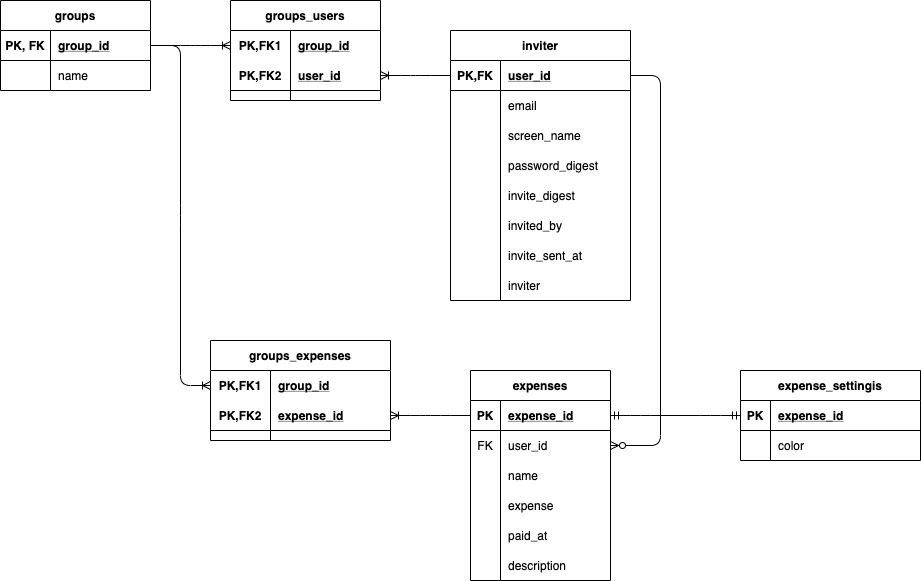
dOwOd/Expenses_Log_App keeps this draw.io diagram as design/ERdiagram.png. Above is the earlier version. Source tidied: cells renumbered, new cells last; positions are measured from the earlier drawing's top-left corner, leaving out a move shared by most shapes.
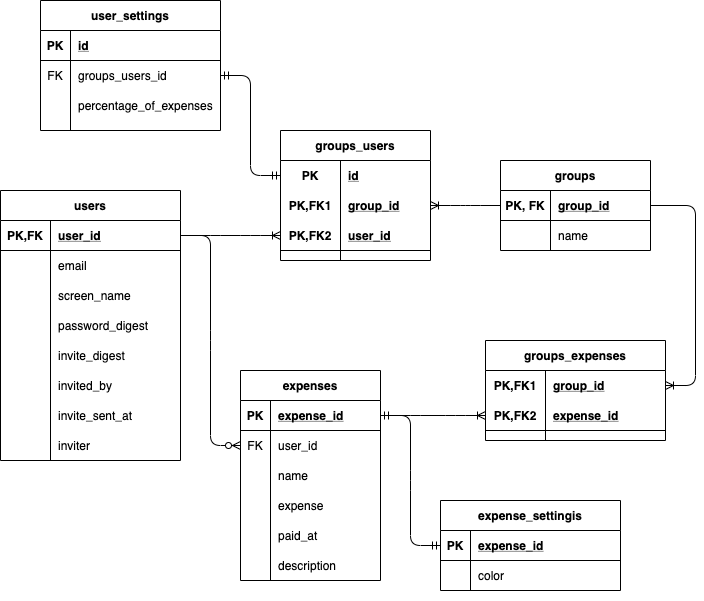
After the change.

Change to the diagram source:
```diff
@@ -6,7 +6,7 @@
       <mxGeometry relative="1" as="geometry" />
     </mxCell>
     <mxCell id="3" style="group;" parent="1" vertex="1">
-      <mxGeometry x="740" y="370" width="180" height="100" as="geometry" />
+      <mxGeometry x="390" y="340" width="180" height="100" as="geometry" />
     </mxCell>
     <mxCell id="4" style="shape=partialRectangle;fillColor=none;top=0;left=0;bottom=0;right=0;overflow=hidden;" parent="3" vertex="1">
       <mxGeometry width="30" height="18.8" as="geometry" />
@@ -48,7 +48,7 @@
       <mxGeometry relative="1" as="geometry" />
     </mxCell>
     <mxCell id="17" value="groups" style="shape=table;startSize=30;rowLines=0;fontStyle=1;align=center;rounded=0;" parent="1" vertex="1">
-      <mxGeometry width="150" height="90" as="geometry" />
+      <mxGeometry x="450" width="150" height="90" as="geometry" />
     </mxCell>
     <mxCell id="18" style="shape=partialRectangle;fillColor=none;top=0;left=0;bottom=1;right=0;points=[[0,0.5],[1,0.5]];portConstraint=eastwest;" parent="17" vertex="1">
       <mxGeometry y="30" width="150" height="30" as="geometry" />
@@ -69,7 +69,7 @@
       <mxGeometry x="50" width="100" height="30" as="geometry" />
     </mxCell>
     <mxCell id="24" value="expenses" style="shape=table;startSize=30;rowLines=0;fontStyle=1;align=center;rounded=0;" parent="1" vertex="1">
-      <mxGeometry x="470" y="370" width="140" height="210" as="geometry" />
+      <mxGeometry x="190" y="210" width="140" height="210" as="geometry" />
     </mxCell>
     <mxCell id="25" style="shape=partialRectangle;fillColor=none;top=0;left=0;bottom=1;right=0;points=[[0,0.5],[1,0.5]];portConstraint=eastwest;" parent="24" vertex="1">
       <mxGeometry y="30" width="140" height="30" as="geometry" />
@@ -125,8 +125,8 @@
     <mxCell id="42" value="description" style="shape=partialRectangle;fillColor=none;top=0;left=0;bottom=0;right=0;align=left;spacingLeft=6;overflow=hidden;" parent="40" vertex="1">
       <mxGeometry x="30" width="110" height="30" as="geometry" />
     </mxCell>
-    <mxCell id="43" value="inviter" style="shape=table;startSize=30;rowLines=0;fontStyle=1;align=center;rounded=0;" parent="1" vertex="1">
-      <mxGeometry x="450" y="30" width="180" height="270" as="geometry" />
+    <mxCell id="43" value="users" style="shape=table;startSize=30;rowLines=0;fontStyle=1;align=center;rounded=0;" parent="1" vertex="1">
+      <mxGeometry x="-50" y="30" width="180" height="270" as="geometry" />
     </mxCell>
     <mxCell id="44" style="shape=partialRectangle;fillColor=none;top=0;left=0;bottom=1;right=0;points=[[0,0.5],[1,0.5]];portConstraint=eastwest;" parent="43" vertex="1">
       <mxGeometry y="30" width="180" height="30" as="geometry" />
@@ -201,7 +201,7 @@
       <mxGeometry x="50" width="130" height="30" as="geometry" />
     </mxCell>
     <mxCell id="68" value="groups_expenses" style="shape=table;startSize=30;rowLines=0;fontStyle=1;align=center;" parent="1" vertex="1">
-      <mxGeometry x="210" y="340" width="180" height="100" as="geometry" />
+      <mxGeometry x="435" y="180" width="180" height="100" as="geometry" />
     </mxCell>
     <mxCell id="69" style="shape=partialRectangle;fillColor=none;top=0;left=0;bottom=0;right=0;points=[[0,0.5],[1,0.5]];portConstraint=eastwest;" parent="68" vertex="1">
       <mxGeometry y="30" width="180" height="30" as="geometry" />
@@ -222,10 +222,19 @@
       <mxGeometry x="60" width="120" height="30" as="geometry" />
     </mxCell>
     <mxCell id="75" value="groups_users" style="shape=table;startSize=30;rowLines=0;fontStyle=1;align=center;" parent="1" vertex="1">
-      <mxGeometry x="230" width="150" height="100" as="geometry" />
+      <mxGeometry x="230" y="-30" width="150" height="130" as="geometry" />
     </mxCell>
+    <mxCell id="82" style="shape=partialRectangle;fillColor=none;top=0;left=0;bottom=0;right=0;points=[[0,0.5],[1,0.5]];portConstraint=eastwest;" parent="75" vertex="1">
+      <mxGeometry y="30" width="150" height="30" as="geometry" />
+    </mxCell>
+    <mxCell id="83" value="PK" style="shape=partialRectangle;fillColor=none;top=0;left=0;bottom=0;right=0;fontStyle=1;overflow=hidden;" parent="82" vertex="1">
+      <mxGeometry width="60" height="30" as="geometry" />
+    </mxCell>
+    <mxCell id="84" value="id" style="shape=partialRectangle;fillColor=none;top=0;left=0;bottom=0;right=0;align=left;spacingLeft=6;fontStyle=5;overflow=hidden;" parent="82" vertex="1">
+      <mxGeometry x="60" width="90" height="30" as="geometry" />
+    </mxCell>
     <mxCell id="76" style="shape=partialRectangle;fillColor=none;top=0;left=0;bottom=0;right=0;points=[[0,0.5],[1,0.5]];portConstraint=eastwest;" parent="75" vertex="1">
-      <mxGeometry y="30" width="150" height="30" as="geometry" />
+      <mxGeometry y="60" width="150" height="30" as="geometry" />
     </mxCell>
     <mxCell id="77" value="PK,FK1" style="shape=partialRectangle;fillColor=none;top=0;left=0;bottom=0;right=0;fontStyle=1;overflow=hidden;" parent="76" vertex="1">
       <mxGeometry width="60" height="30" as="geometry" />
@@ -234,7 +243,7 @@
       <mxGeometry x="60" width="90" height="30" as="geometry" />
     </mxCell>
     <mxCell id="79" style="shape=partialRectangle;fillColor=none;top=0;left=0;bottom=1;right=0;points=[[0,0.5],[1,0.5]];portConstraint=eastwest;" parent="75" vertex="1">
-      <mxGeometry y="60" width="150" height="30" as="geometry" />
+      <mxGeometry y="90" width="150" height="30" as="geometry" />
     </mxCell>
     <mxCell id="80" value="PK,FK2" style="shape=partialRectangle;fillColor=none;top=0;left=0;bottom=0;right=0;fontStyle=1;overflow=hidden;" parent="79" vertex="1">
       <mxGeometry width="60" height="30" as="geometry" />
@@ -242,5 +251,38 @@
     <mxCell id="81" value="user_id" style="shape=partialRectangle;fillColor=none;top=0;left=0;bottom=0;right=0;align=left;spacingLeft=6;fontStyle=5;overflow=hidden;" parent="79" vertex="1">
       <mxGeometry x="60" width="90" height="30" as="geometry" />
     </mxCell>
+    <mxCell id="85" value="user_settings" style="shape=table;startSize=30;rowLines=0;fontStyle=1;align=center;" parent="1" vertex="1">
+      <mxGeometry x="-10" y="-160" width="180" height="130" as="geometry" />
+    </mxCell>
+    <mxCell id="86" style="shape=partialRectangle;fillColor=none;top=0;left=0;bottom=1;right=0;" parent="85" vertex="1">
+      <mxGeometry y="30" width="180" height="30" as="geometry" />
+    </mxCell>
+    <mxCell id="87" value="PK" style="shape=partialRectangle;fillColor=none;top=0;left=0;bottom=0;right=0;fontStyle=1;overflow=hidden;" parent="86" vertex="1">
+      <mxGeometry width="30" height="30" as="geometry" />
+    </mxCell>
+    <mxCell id="88" value="id" style="shape=partialRectangle;fillColor=none;top=0;left=0;bottom=0;right=0;align=left;spacingLeft=6;fontStyle=5;overflow=hidden;" parent="86" vertex="1">
+      <mxGeometry x="30" width="150" height="30" as="geometry" />
+    </mxCell>
+    <mxCell id="89" style="shape=partialRectangle;fillColor=none;top=0;left=0;bottom=0;right=0;points=[[0,0.5],[1,0.5]];portConstraint=eastwest;" parent="85" vertex="1">
+      <mxGeometry y="60" width="180" height="30" as="geometry" />
+    </mxCell>
+    <mxCell id="90" value="FK" style="shape=partialRectangle;fillColor=none;top=0;left=0;bottom=0;right=0;overflow=hidden;" parent="89" vertex="1">
+      <mxGeometry width="30" height="30" as="geometry" />
+    </mxCell>
+    <mxCell id="91" value="groups_users_id" style="shape=partialRectangle;fillColor=none;top=0;left=0;bottom=0;right=0;align=left;spacingLeft=6;overflow=hidden;" parent="89" vertex="1">
+      <mxGeometry x="30" width="150" height="30" as="geometry" />
+    </mxCell>
+    <mxCell id="92" style="shape=partialRectangle;fillColor=none;top=0;left=0;bottom=0;right=0;" parent="85" vertex="1">
+      <mxGeometry y="90" width="180" height="30" as="geometry" />
+    </mxCell>
+    <mxCell id="93" style="shape=partialRectangle;fillColor=none;top=0;left=0;bottom=0;right=0;overflow=hidden;" parent="92" vertex="1">
+      <mxGeometry width="30" height="30" as="geometry" />
+    </mxCell>
+    <mxCell id="94" value="percentage_of_expenses" style="shape=partialRectangle;fillColor=none;top=0;left=0;bottom=0;right=0;align=left;spacingLeft=6;overflow=hidden;" parent="92" vertex="1">
+      <mxGeometry x="30" width="150" height="30" as="geometry" />
+    </mxCell>
+    <mxCell id="95" style="edgeStyle=entityRelationEdgeStyle;fontSize=12;html=1;endArrow=ERmandOne;startArrow=ERmandOne;exitX=0;exitY=0.5;exitDx=0;exitDy=0;entryX=1;entryY=0.5;entryDx=0;entryDy=0;" parent="1" edge="1" source="82" target="89">
+      <mxGeometry relative="1" as="geometry" />
+    </mxCell>
   </root>
 </mxGraphModel>
```
